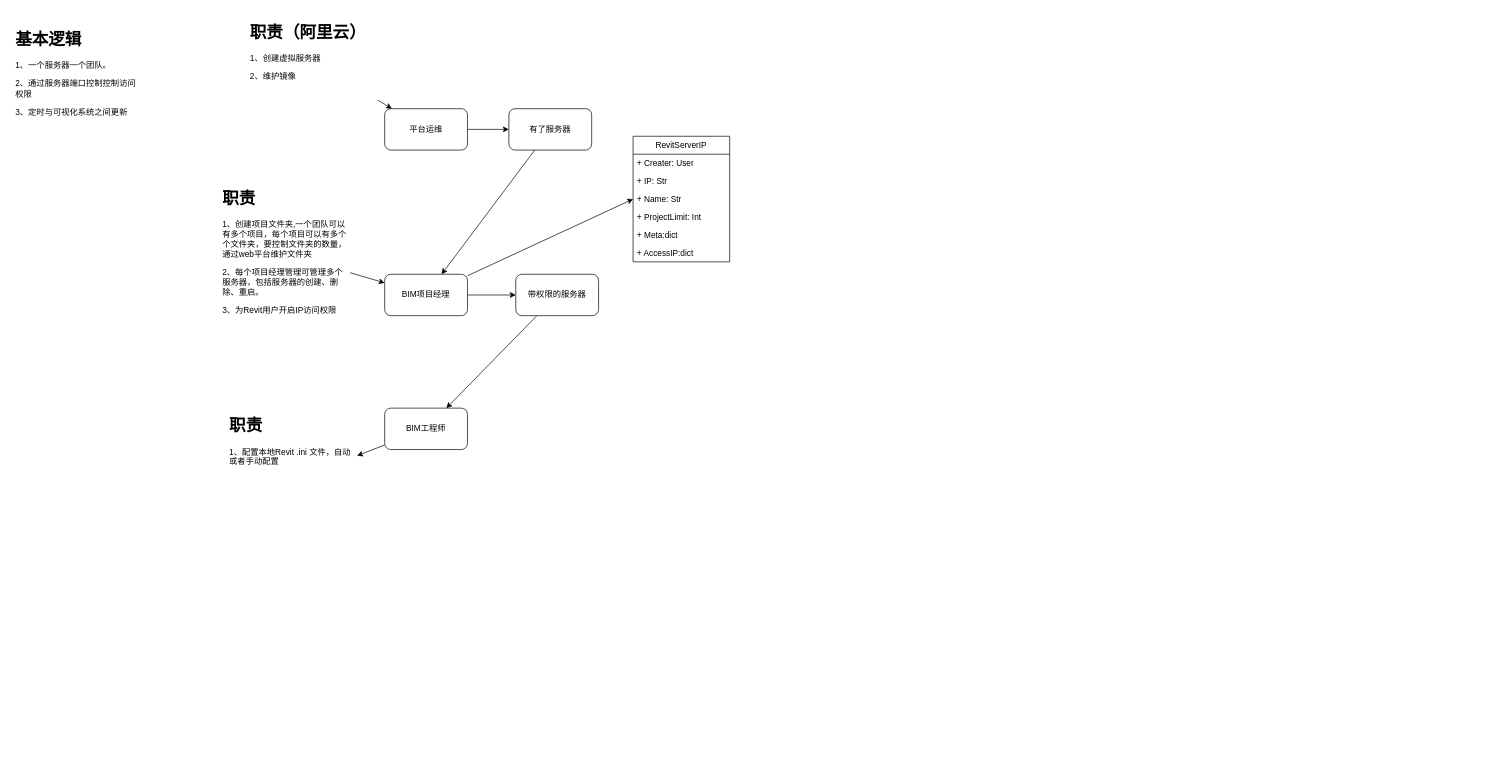
Above: RevitServer+Forge管理.drawio in gaochaowyq/MinderGraph (draw.io), before the change. Source tidied: cells renumbered, new cells numbered last; positions are measured from the earlier drawing's top-left corner, leaving out a move shared by most shapes. Both pictures are drawn from the tidied source at 69%, with x=0, y=0 at pixel (12, 19).
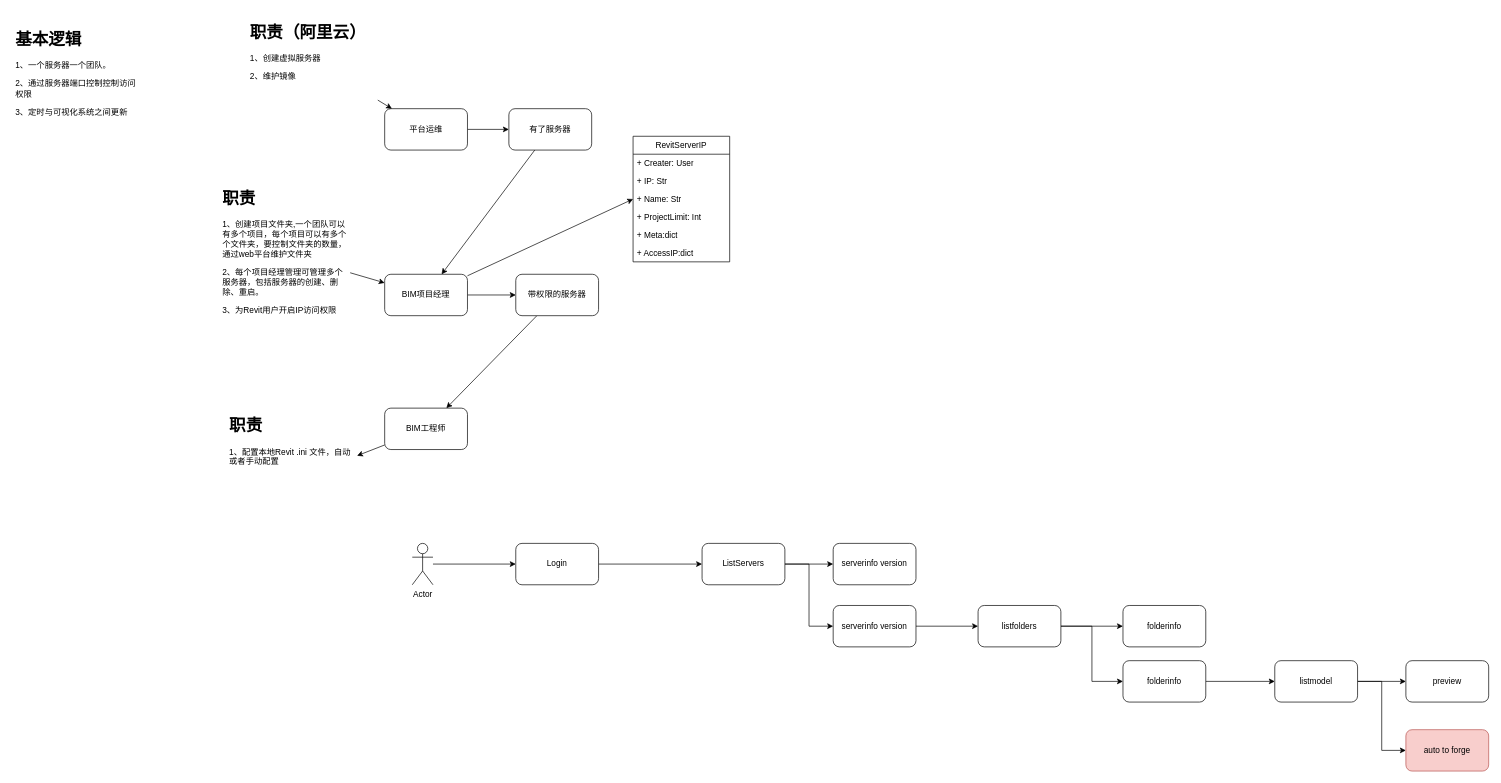
The same page after the edit.

The edit, as a diff of the source:
```diff
@@
+    <mxCell id="26" style="rounded=0;jettySize=auto;html=1;" parent="1" edge="1" source="27" target="29">
+      <mxGeometry relative="1" as="geometry" />
+    </mxCell>
+    <mxCell id="27" value="Actor" style="shape=umlActor;verticalLabelPosition=bottom;verticalAlign=top;html=1;outlineConnect=0;" parent="1" vertex="1">
+      <mxGeometry x="580" y="760" width="30" height="60" as="geometry" />
+    </mxCell>
+    <mxCell id="28" style="edgeStyle=orthogonalEdgeStyle;rounded=0;jettySize=auto;html=1;" parent="1" edge="1" source="29" target="32">
+      <mxGeometry relative="1" as="geometry" />
+    </mxCell>
+    <mxCell id="29" value="Login" style="rounded=1;whiteSpace=wrap;html=1;" parent="1" vertex="1">
+      <mxGeometry x="730" y="760" width="120" height="60" as="geometry" />
+    </mxCell>
+    <mxCell id="30" style="edgeStyle=orthogonalEdgeStyle;rounded=0;jettySize=auto;html=1;" parent="1" edge="1" source="32" target="33">
+      <mxGeometry relative="1" as="geometry" />
+    </mxCell>
+    <mxCell id="31" style="edgeStyle=orthogonalEdgeStyle;rounded=0;jettySize=auto;html=1;entryX=0;entryY=0.5;entryDx=0;entryDy=0;" parent="1" edge="1" source="32" target="35">
+      <mxGeometry relative="1" as="geometry" />
+    </mxCell>
+    <mxCell id="32" value="ListServers" style="rounded=1;whiteSpace=wrap;html=1;" parent="1" vertex="1">
+      <mxGeometry x="1000" y="760" width="120" height="60" as="geometry" />
+    </mxCell>
+    <mxCell id="33" value="serverinfo version" style="rounded=1;whiteSpace=wrap;html=1;" parent="1" vertex="1">
+      <mxGeometry x="1190" y="760" width="120" height="60" as="geometry" />
+    </mxCell>
+    <mxCell id="34" style="edgeStyle=orthogonalEdgeStyle;rounded=0;jettySize=auto;html=1;" parent="1" edge="1" source="35" target="38">
+      <mxGeometry relative="1" as="geometry" />
+    </mxCell>
+    <mxCell id="35" value="serverinfo version" style="rounded=1;whiteSpace=wrap;html=1;" parent="1" vertex="1">
+      <mxGeometry x="1190" y="850" width="120" height="60" as="geometry" />
+    </mxCell>
+    <mxCell id="36" style="edgeStyle=orthogonalEdgeStyle;rounded=0;jettySize=auto;html=1;" parent="1" edge="1" source="38" target="39">
+      <mxGeometry relative="1" as="geometry" />
+    </mxCell>
+    <mxCell id="37" style="edgeStyle=orthogonalEdgeStyle;rounded=0;jettySize=auto;html=1;entryX=0;entryY=0.5;entryDx=0;entryDy=0;" parent="1" edge="1" source="38" target="44">
+      <mxGeometry relative="1" as="geometry" />
+    </mxCell>
+    <mxCell id="38" value="listfolders" style="rounded=1;whiteSpace=wrap;html=1;" parent="1" vertex="1">
+      <mxGeometry x="1400" y="850" width="120" height="60" as="geometry" />
+    </mxCell>
+    <mxCell id="39" value="folderinfo" style="rounded=1;whiteSpace=wrap;html=1;" parent="1" vertex="1">
+      <mxGeometry x="1610" y="850" width="120" height="60" as="geometry" />
+    </mxCell>
+    <mxCell id="40" style="edgeStyle=orthogonalEdgeStyle;rounded=0;jettySize=auto;html=1;" parent="1" edge="1" source="42" target="45">
+      <mxGeometry relative="1" as="geometry" />
+    </mxCell>
+    <mxCell id="41" style="edgeStyle=orthogonalEdgeStyle;rounded=0;jettySize=auto;html=1;entryX=0;entryY=0.5;entryDx=0;entryDy=0;" parent="1" edge="1" source="42" target="46">
+      <mxGeometry relative="1" as="geometry" />
+    </mxCell>
+    <mxCell id="42" value="listmodel" style="rounded=1;whiteSpace=wrap;html=1;" parent="1" vertex="1">
+      <mxGeometry x="1830" y="930" width="120" height="60" as="geometry" />
+    </mxCell>
+    <mxCell id="43" style="edgeStyle=orthogonalEdgeStyle;rounded=0;jettySize=auto;html=1;" parent="1" edge="1" source="44" target="42">
+      <mxGeometry relative="1" as="geometry" />
+    </mxCell>
+    <mxCell id="44" value="folderinfo" style="rounded=1;whiteSpace=wrap;html=1;" parent="1" vertex="1">
+      <mxGeometry x="1610" y="930" width="120" height="60" as="geometry" />
+    </mxCell>
+    <mxCell id="45" value="preview" style="rounded=1;whiteSpace=wrap;html=1;" parent="1" vertex="1">
+      <mxGeometry x="2020" y="930" width="120" height="60" as="geometry" />
+    </mxCell>
+    <mxCell id="46" value="auto to forge" style="rounded=1;whiteSpace=wrap;html=1;fillColor=#f8cecc;strokeColor=#b85450;" parent="1" vertex="1">
+      <mxGeometry x="2020" y="1030" width="120" height="60" as="geometry" />
+    </mxCell>
```
